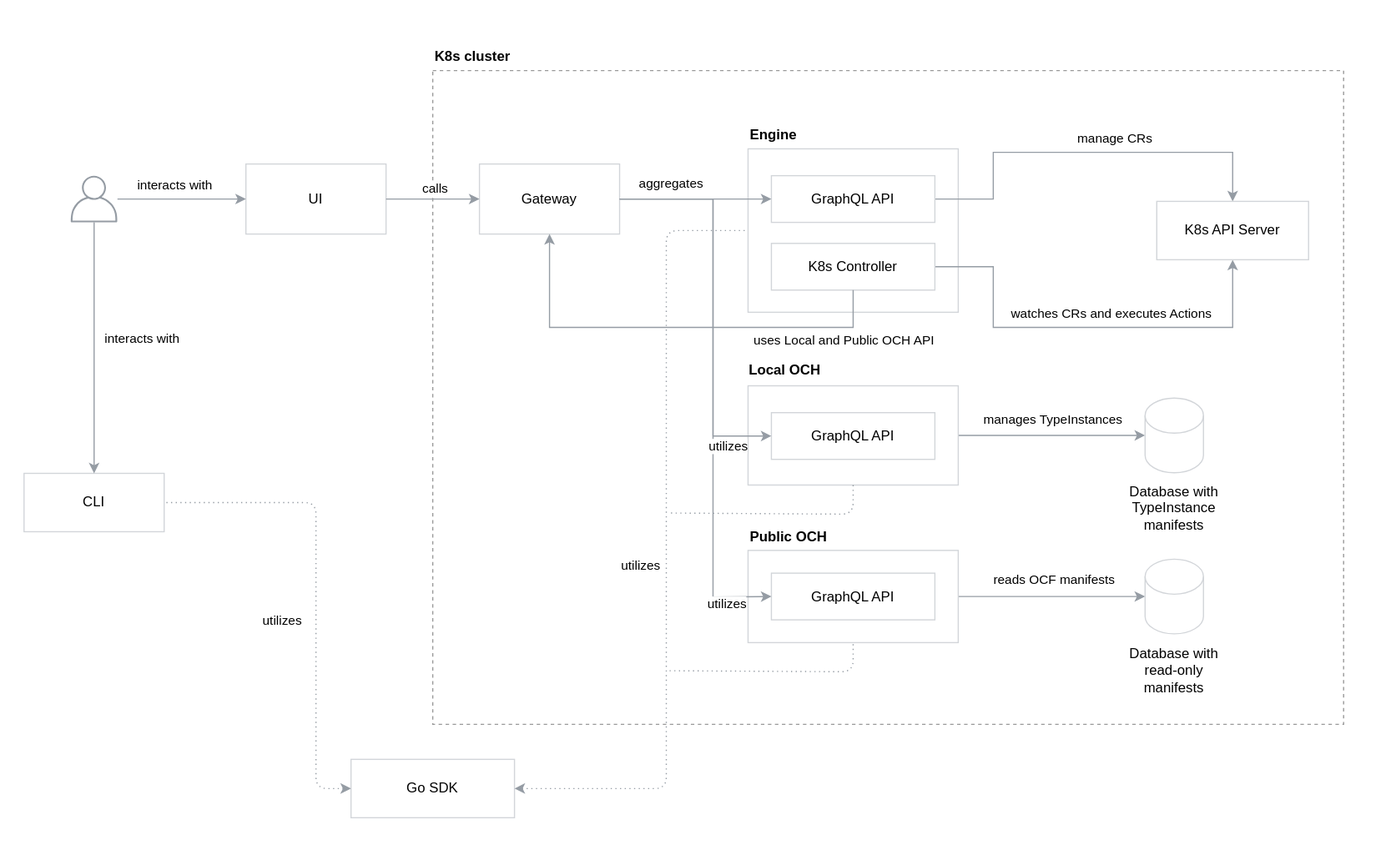
capactio/capact keeps this draw.io diagram as docs/assets/components.svg. Above is the earlier version. Source tidied: cells renumbered, new cells last; positions are measured from the earlier drawing's top-left corner, leaving out a move shared by most shapes.
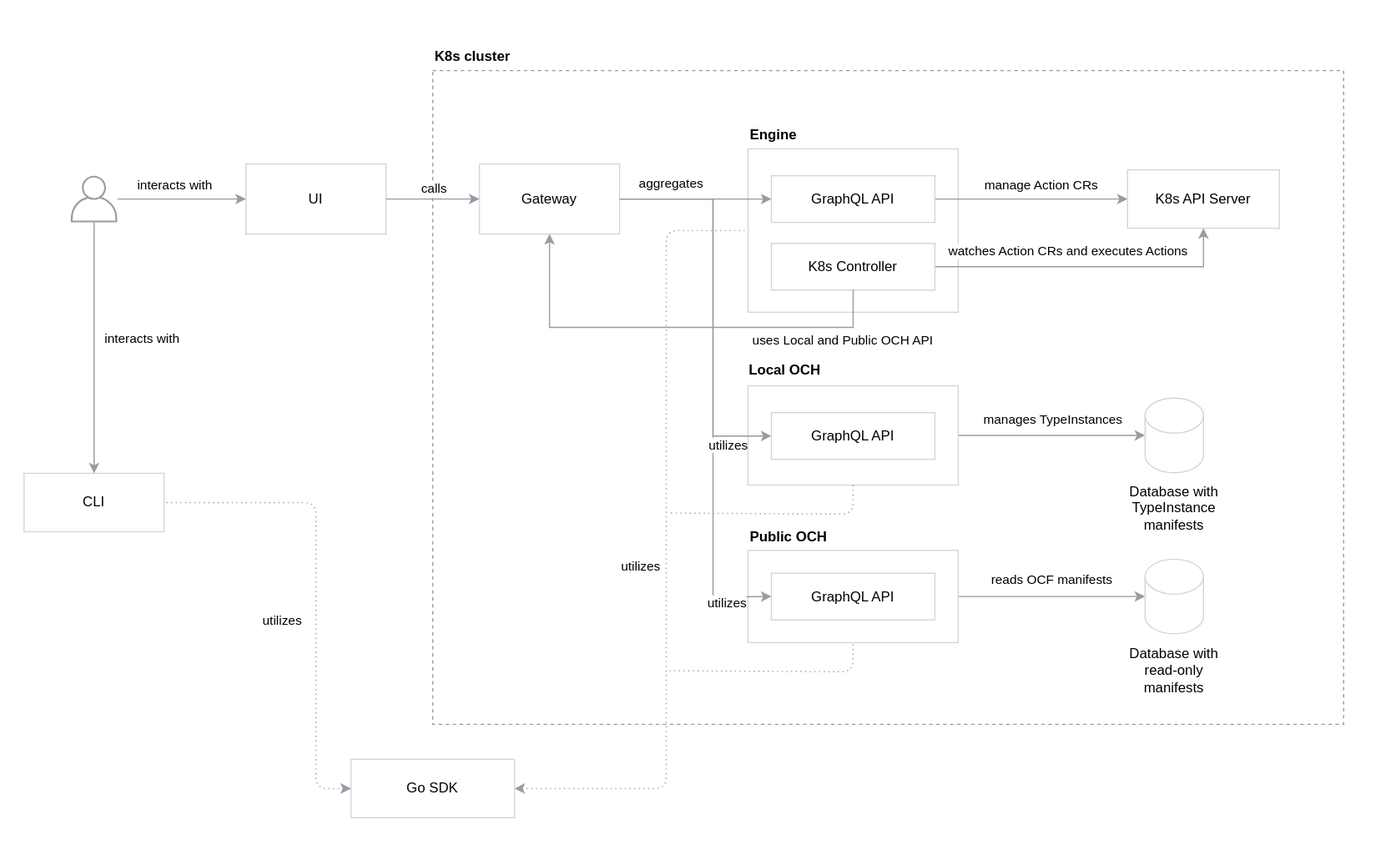
After the commit.

Commit message:
Update the detailed diagram

The edit, as a diff of the source:
```diff
@@ -52,35 +52,23 @@
         <mxPoint x="43" y="-3" as="offset" />
       </mxGeometry>
     </mxCell>
-    <mxCell id="16" style="edgeStyle=orthogonalEdgeStyle;rounded=0;jettySize=auto;html=1;exitX=1;exitY=0.5;exitDx=0;exitDy=0;entryX=0.5;entryY=0;entryDx=0;entryDy=0;strokeColor=#959CA4;" parent="1" edge="1" source="18" target="37">
-      <mxGeometry relative="1" as="geometry">
-        <Array as="points">
-          <mxPoint x="850" y="170" />
-          <mxPoint x="850" y="130" />
-          <mxPoint x="1055" y="130" />
-        </Array>
-      </mxGeometry>
+    <mxCell id="16" style="edgeStyle=orthogonalEdgeStyle;rounded=0;jettySize=auto;html=1;exitX=1;exitY=0.5;exitDx=0;exitDy=0;entryX=0;entryY=0.5;entryDx=0;entryDy=0;strokeColor=#959CA4;" parent="1" edge="1" source="18" target="37">
+      <mxGeometry relative="1" as="geometry" />
     </mxCell>
-    <mxCell id="17" value="manage CRs" style="edgeLabel;html=1;align=center;verticalAlign=middle;" parent="16" vertex="1">
+    <mxCell id="17" value="manage Action CRs" style="edgeLabel;html=1;align=center;verticalAlign=middle;" parent="16" vertex="1">
       <mxGeometry x="-0.3" y="-3" relative="1" as="geometry">
-        <mxPoint x="75.3" y="-16" as="offset" />
+        <mxPoint x="32" y="-16" as="offset" />
       </mxGeometry>
     </mxCell>
     <mxCell id="18" value="GraphQL API" style="rounded=0;whiteSpace=wrap;html=1;strokeColor=#D2D5D9;" parent="1" vertex="1">
       <mxGeometry x="660" y="150" width="140" height="40" as="geometry" />
     </mxCell>
     <mxCell id="19" style="edgeStyle=orthogonalEdgeStyle;rounded=0;jettySize=auto;html=1;exitX=1;exitY=0.5;exitDx=0;exitDy=0;entryX=0.5;entryY=1;entryDx=0;entryDy=0;strokeColor=#959CA4;" parent="1" edge="1" source="21" target="37">
-      <mxGeometry relative="1" as="geometry">
-        <Array as="points">
-          <mxPoint x="850" y="228" />
-          <mxPoint x="850" y="280" />
-          <mxPoint x="1055" y="280" />
-        </Array>
-      </mxGeometry>
+      <mxGeometry relative="1" as="geometry" />
     </mxCell>
-    <mxCell id="20" value="watches CRs and executes Actions" style="edgeLabel;html=1;align=center;verticalAlign=middle;" parent="19" vertex="1">
+    <mxCell id="20" value="watches Action CRs and executes Actions" style="edgeLabel;html=1;align=center;verticalAlign=middle;" parent="19" vertex="1">
       <mxGeometry x="-0.43" y="2" relative="1" as="geometry">
-        <mxPoint x="98.5" y="-11" as="offset" />
+        <mxPoint x="38" y="-12" as="offset" />
       </mxGeometry>
     </mxCell>
     <mxCell id="21" value="K8s Controller" style="rounded=0;whiteSpace=wrap;html=1;strokeColor=#D2D5D9;" parent="1" vertex="1">
@@ -150,7 +138,7 @@
       <mxGeometry x="980" y="340.5" width="50" height="64" as="geometry" />
     </mxCell>
     <mxCell id="37" value="K8s API Server" style="rounded=0;whiteSpace=wrap;html=1;strokeColor=#D2D5D9;" parent="1" vertex="1">
-      <mxGeometry x="990" y="172" width="130" height="50" as="geometry" />
+      <mxGeometry x="965" y="145" width="130" height="50" as="geometry" />
     </mxCell>
     <mxCell id="38" value="Database with read-only manifests" style="text;html=1;strokeColor=none;fillColor=none;align=center;verticalAlign=middle;whiteSpace=wrap;rounded=0;fontStyle=0;" parent="1" vertex="1">
       <mxGeometry x="965" y="554" width="80" height="40" as="geometry" />
```
